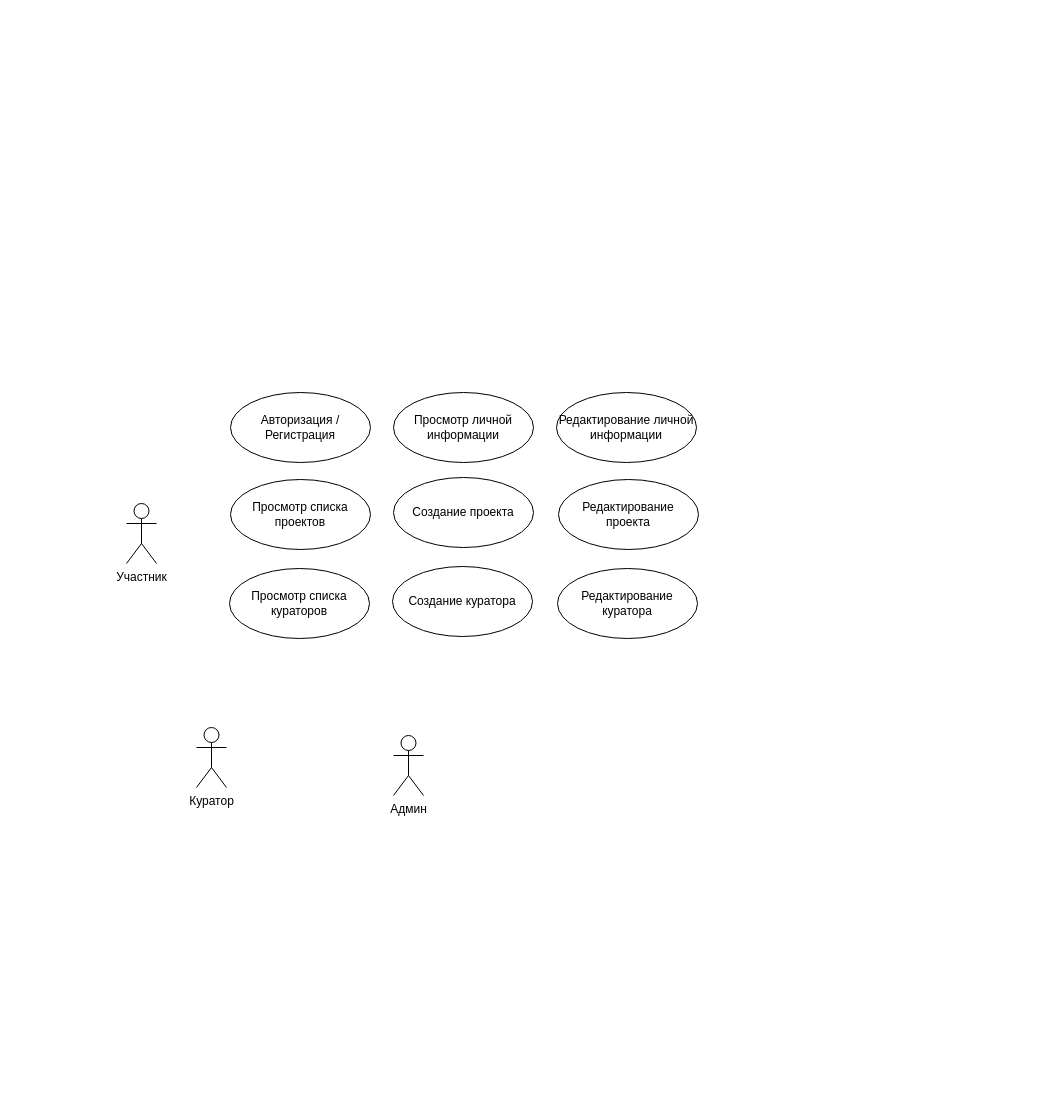
Earlier version of the draw.io diagram Диаграмма прецедентов.drawio (AvipoStar/EOIS-FRONT). Source tidied: cells renumbered, new cells numbered last; positions are measured from the earlier drawing's top-left corner, leaving out a move shared by most shapes. Both pictures are drawn from the tidied source at 100%, with x=0, y=0 at pixel (126, 392).
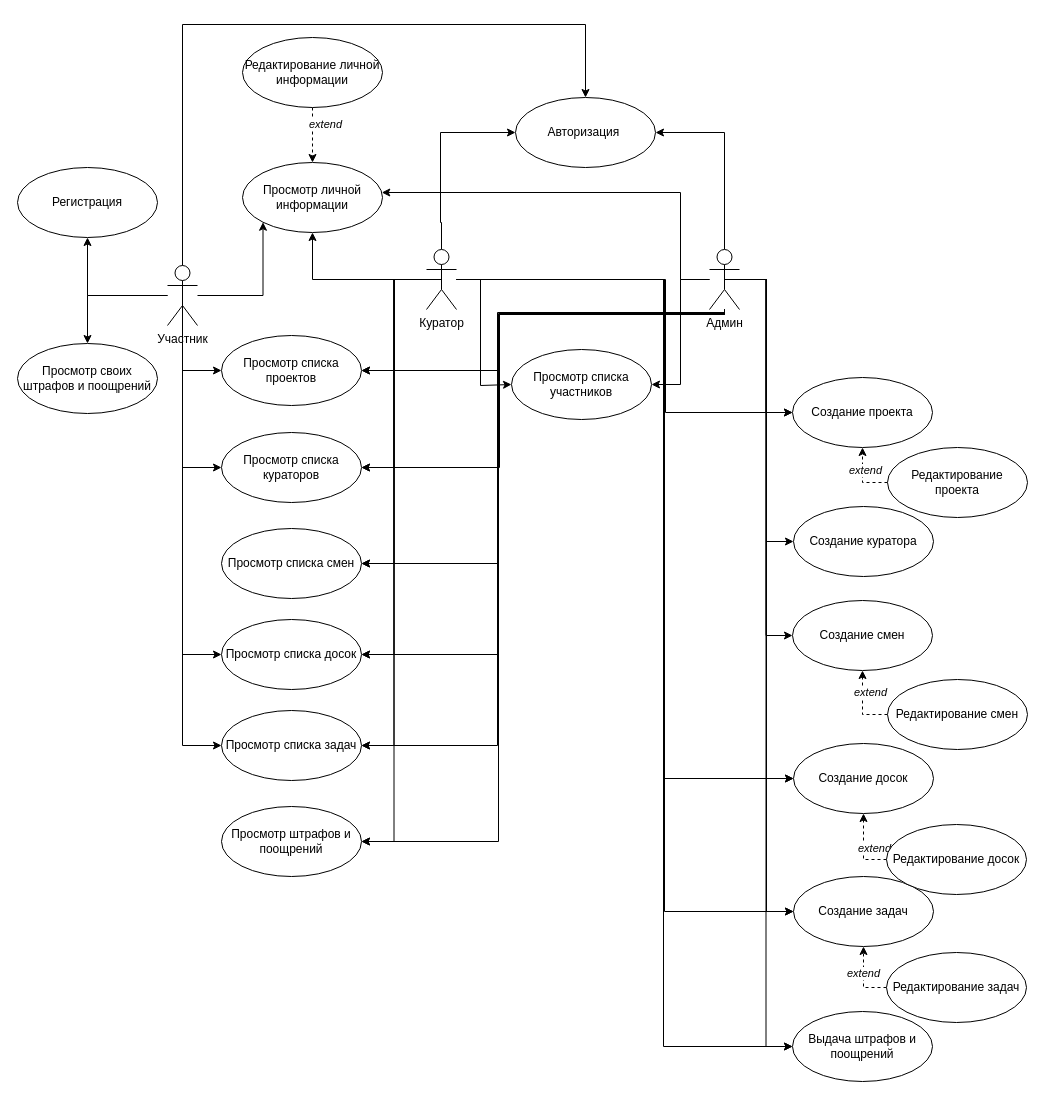
After the change.

Change to the diagram source:
```diff
@@
+    <mxCell id="14" style="rounded=0;jettySize=auto;html=1;edgeStyle=orthogonalEdgeStyle;" parent="1" edge="1" source="2" target="64">
+      <mxGeometry relative="1" as="geometry" />
+    </mxCell>
+    <mxCell id="15" style="rounded=0;jettySize=auto;html=1;entryX=0;entryY=1;entryDx=0;entryDy=0;edgeStyle=orthogonalEdgeStyle;" parent="1" edge="1" source="2" target="4">
+      <mxGeometry relative="1" as="geometry" />
+    </mxCell>
+    <mxCell id="16" style="edgeStyle=orthogonalEdgeStyle;rounded=0;jettySize=auto;html=1;exitX=0.5;exitY=0.5;exitDx=0;exitDy=0;exitPerimeter=0;entryX=0;entryY=0.5;entryDx=0;entryDy=0;" parent="1" edge="1" source="2" target="5">
+      <mxGeometry relative="1" as="geometry">
+        <Array as="points">
+          <mxPoint x="56" y="-22" />
+        </Array>
+      </mxGeometry>
+    </mxCell>
+    <mxCell id="17" style="edgeStyle=orthogonalEdgeStyle;rounded=0;jettySize=auto;html=1;entryX=0;entryY=0.5;entryDx=0;entryDy=0;" parent="1" edge="1" source="2" target="9">
+      <mxGeometry relative="1" as="geometry">
+        <Array as="points">
+          <mxPoint x="56" y="75" />
+        </Array>
+      </mxGeometry>
+    </mxCell>
+    <mxCell id="18" style="rounded=0;jettySize=auto;html=1;edgeStyle=orthogonalEdgeStyle;entryX=0;entryY=0.5;entryDx=0;entryDy=0;" parent="1" edge="1" source="2" target="65">
+      <mxGeometry relative="1" as="geometry">
+        <Array as="points">
+          <mxPoint x="56" y="262" />
+        </Array>
+      </mxGeometry>
+    </mxCell>
+    <mxCell id="19" style="rounded=0;jettySize=auto;html=1;edgeStyle=orthogonalEdgeStyle;entryX=0;entryY=0.5;entryDx=0;entryDy=0;" parent="1" edge="1" source="2" target="57">
+      <mxGeometry relative="1" as="geometry">
+        <Array as="points">
+          <mxPoint x="56" y="353" />
+        </Array>
+      </mxGeometry>
+    </mxCell>
     <mxCell id="2" value="Участник&lt;div&gt;&lt;br&gt;&lt;/div&gt;" style="shape=umlActor;verticalLabelPosition=bottom;verticalAlign=top;html=1;" parent="1" vertex="1">
-      <mxGeometry y="111" width="30" height="60" as="geometry" />
+      <mxGeometry x="41" y="-127" width="30" height="60" as="geometry" />
     </mxCell>
-    <mxCell id="3" value="Авторизация / Регистрация" style="ellipse;whiteSpace=wrap;html=1;" parent="1" vertex="1">
-      <mxGeometry x="104" width="140" height="70" as="geometry" />
+    <mxCell id="3" value="Авторизация&amp;nbsp;" style="ellipse;whiteSpace=wrap;html=1;" parent="1" vertex="1">
+      <mxGeometry x="389" y="-295" width="140" height="70" as="geometry" />
     </mxCell>
     <mxCell id="4" value="Просмотр личной информации" style="ellipse;whiteSpace=wrap;html=1;" parent="1" vertex="1">
-      <mxGeometry x="267" width="140" height="70" as="geometry" />
+      <mxGeometry x="116" y="-230" width="140" height="70" as="geometry" />
     </mxCell>
     <mxCell id="5" value="Просмотр списка проектов" style="ellipse;whiteSpace=wrap;html=1;" parent="1" vertex="1">
-      <mxGeometry x="104" y="87" width="140" height="70" as="geometry" />
+      <mxGeometry x="95" y="-57" width="140" height="70" as="geometry" />
     </mxCell>
     <mxCell id="6" value="Создание проекта" style="ellipse;whiteSpace=wrap;html=1;" parent="1" vertex="1">
-      <mxGeometry x="267" y="85" width="140" height="70" as="geometry" />
+      <mxGeometry x="666" y="-15" width="140" height="70" as="geometry" />
     </mxCell>
+    <mxCell id="20" style="edgeStyle=orthogonalEdgeStyle;rounded=0;jettySize=auto;html=1;dashed=1;exitX=0;exitY=0.5;exitDx=0;exitDy=0;" parent="1" edge="1" source="7" target="6">
+      <mxGeometry relative="1" as="geometry" />
+    </mxCell>
+    <mxCell id="21" value="extend" style="edgeLabel;html=1;align=center;verticalAlign=middle;fontStyle=2;" parent="20" vertex="1">
+      <mxGeometry x="-0.13" y="-1" relative="1" as="geometry">
+        <mxPoint x="1" y="-12" as="offset" />
+      </mxGeometry>
+    </mxCell>
     <mxCell id="7" value="Редактирование проекта" style="ellipse;whiteSpace=wrap;html=1;" parent="1" vertex="1">
-      <mxGeometry x="432" y="87" width="140" height="70" as="geometry" />
+      <mxGeometry x="761" y="55" width="140" height="70" as="geometry" />
     </mxCell>
+    <mxCell id="22" style="rounded=0;jettySize=auto;html=1;dashed=1;endArrow=classic;endFill=1;" parent="1" edge="1" source="8" target="4">
+      <mxGeometry relative="1" as="geometry" />
+    </mxCell>
+    <mxCell id="23" value="extend" style="edgeLabel;html=1;align=center;verticalAlign=middle;fontStyle=2;" parent="22" vertex="1">
+      <mxGeometry x="0.17" y="4" relative="1" as="geometry">
+        <mxPoint x="8" y="-16" as="offset" />
+      </mxGeometry>
+    </mxCell>
     <mxCell id="8" value="Редактирование личной информации" style="ellipse;whiteSpace=wrap;html=1;" parent="1" vertex="1">
-      <mxGeometry x="430" width="140" height="70" as="geometry" />
+      <mxGeometry x="116" y="-355" width="140" height="70" as="geometry" />
     </mxCell>
     <mxCell id="9" value="Просмотр списка кураторов" style="ellipse;whiteSpace=wrap;html=1;" parent="1" vertex="1">
-      <mxGeometry x="103" y="176" width="140" height="70" as="geometry" />
+      <mxGeometry x="95" y="40" width="140" height="70" as="geometry" />
     </mxCell>
     <mxCell id="10" value="Создание куратора" style="ellipse;whiteSpace=wrap;html=1;" parent="1" vertex="1">
-      <mxGeometry x="266" y="174" width="140" height="70" as="geometry" />
+      <mxGeometry x="667" y="114" width="140" height="70" as="geometry" />
     </mxCell>
-    <mxCell id="11" value="Редактирование куратора" style="ellipse;whiteSpace=wrap;html=1;" parent="1" vertex="1">
-      <mxGeometry x="431" y="176" width="140" height="70" as="geometry" />
-    </mxCell>
+    <mxCell id="24" style="rounded=0;jettySize=auto;html=1;edgeStyle=orthogonalEdgeStyle;exitX=0.5;exitY=0;exitDx=0;exitDy=0;exitPerimeter=0;entryX=0;entryY=0.5;entryDx=0;entryDy=0;" parent="1" edge="1" source="12" target="3">
+      <mxGeometry relative="1" as="geometry">
+        <Array as="points">
+          <mxPoint x="315" y="-170" />
+          <mxPoint x="314" y="-170" />
+          <mxPoint x="314" y="-260" />
+        </Array>
+      </mxGeometry>
+    </mxCell>
+    <mxCell id="25" style="rounded=0;jettySize=auto;html=1;edgeStyle=orthogonalEdgeStyle;" parent="1" edge="1" source="12" target="4">
+      <mxGeometry relative="1" as="geometry" />
+    </mxCell>
+    <mxCell id="26" style="edgeStyle=orthogonalEdgeStyle;rounded=0;jettySize=auto;html=1;entryX=1;entryY=0.5;entryDx=0;entryDy=0;exitX=0.5;exitY=0.5;exitDx=0;exitDy=0;exitPerimeter=0;" parent="1" edge="1" source="12" target="5">
+      <mxGeometry relative="1" as="geometry">
+        <Array as="points">
+          <mxPoint x="268" y="-113" />
+          <mxPoint x="268" y="-22" />
+        </Array>
+      </mxGeometry>
+    </mxCell>
+    <mxCell id="27" style="edgeStyle=orthogonalEdgeStyle;rounded=0;jettySize=auto;html=1;entryX=1;entryY=0.5;entryDx=0;entryDy=0;" parent="1" edge="1" source="12" target="9">
+      <mxGeometry relative="1" as="geometry" />
+    </mxCell>
+    <mxCell id="28" style="edgeStyle=orthogonalEdgeStyle;rounded=0;jettySize=auto;html=1;entryX=1;entryY=0.5;entryDx=0;entryDy=0;" parent="1" edge="1" source="12" target="52">
+      <mxGeometry relative="1" as="geometry" />
+    </mxCell>
+    <mxCell id="29" style="edgeStyle=orthogonalEdgeStyle;rounded=0;jettySize=auto;html=1;entryX=1;entryY=0.5;entryDx=0;entryDy=0;" parent="1" edge="1" source="12" target="65">
+      <mxGeometry relative="1" as="geometry" />
+    </mxCell>
+    <mxCell id="30" style="edgeStyle=orthogonalEdgeStyle;rounded=0;jettySize=auto;html=1;entryX=1;entryY=0.5;entryDx=0;entryDy=0;" parent="1" edge="1" source="12" target="57">
+      <mxGeometry relative="1" as="geometry" />
+    </mxCell>
+    <mxCell id="31" style="edgeStyle=orthogonalEdgeStyle;rounded=0;jettySize=auto;html=1;entryX=0;entryY=0.5;entryDx=0;entryDy=0;" parent="1" edge="1" source="12" target="6">
+      <mxGeometry relative="1" as="geometry">
+        <Array as="points">
+          <mxPoint x="539" y="-113" />
+          <mxPoint x="539" y="20" />
+        </Array>
+      </mxGeometry>
+    </mxCell>
+    <mxCell id="32" style="edgeStyle=orthogonalEdgeStyle;rounded=0;jettySize=auto;html=1;entryX=0;entryY=0.5;entryDx=0;entryDy=0;" parent="1" edge="1" source="12" target="66">
+      <mxGeometry relative="1" as="geometry">
+        <Array as="points">
+          <mxPoint x="538" y="-113" />
+          <mxPoint x="538" y="316" />
+          <mxPoint x="537" y="316" />
+          <mxPoint x="537" y="386" />
+        </Array>
+      </mxGeometry>
+    </mxCell>
+    <mxCell id="33" style="edgeStyle=orthogonalEdgeStyle;rounded=0;jettySize=auto;html=1;entryX=0;entryY=0.5;entryDx=0;entryDy=0;" parent="1" edge="1" source="12" target="58">
+      <mxGeometry relative="1" as="geometry">
+        <Array as="points">
+          <mxPoint x="538" y="-113" />
+          <mxPoint x="538" y="519" />
+        </Array>
+      </mxGeometry>
+    </mxCell>
+    <mxCell id="34" style="edgeStyle=orthogonalEdgeStyle;rounded=0;jettySize=auto;html=1;entryX=1;entryY=0.5;entryDx=0;entryDy=0;" parent="1" edge="1" source="12" target="71">
+      <mxGeometry relative="1" as="geometry" />
+    </mxCell>
+    <mxCell id="35" style="edgeStyle=orthogonalEdgeStyle;rounded=0;jettySize=auto;html=1;entryX=0;entryY=0.5;entryDx=0;entryDy=0;" parent="1" edge="1" source="12" target="72">
+      <mxGeometry relative="1" as="geometry">
+        <Array as="points">
+          <mxPoint x="537" y="-113" />
+          <mxPoint x="537" y="654" />
+        </Array>
+      </mxGeometry>
+    </mxCell>
+    <mxCell id="36" style="edgeStyle=orthogonalEdgeStyle;rounded=0;jettySize=auto;html=1;entryX=0;entryY=0.5;entryDx=0;entryDy=0;" parent="1" edge="1" source="12" target="62">
+      <mxGeometry relative="1" as="geometry">
+        <Array as="points">
+          <mxPoint x="354" y="-113" />
+          <mxPoint x="354" y="-7" />
+        </Array>
+      </mxGeometry>
+    </mxCell>
     <mxCell id="12" value="&lt;div&gt;Куратор&lt;/div&gt;" style="shape=umlActor;verticalLabelPosition=bottom;verticalAlign=top;html=1;" parent="1" vertex="1">
-      <mxGeometry x="70" y="335" width="30" height="60" as="geometry" />
+      <mxGeometry x="300" y="-143" width="30" height="60" as="geometry" />
     </mxCell>
+    <mxCell id="37" style="rounded=0;jettySize=auto;html=1;edgeStyle=orthogonalEdgeStyle;entryX=1;entryY=0.5;entryDx=0;entryDy=0;" parent="1" edge="1" source="13" target="3">
+      <mxGeometry relative="1" as="geometry">
+        <Array as="points">
+          <mxPoint x="598" y="-260" />
+        </Array>
+      </mxGeometry>
+    </mxCell>
+    <mxCell id="38" style="rounded=0;jettySize=auto;html=1;edgeStyle=orthogonalEdgeStyle;" parent="1" edge="1" source="13" target="4">
+      <mxGeometry relative="1" as="geometry">
+        <Array as="points">
+          <mxPoint x="554" y="-113" />
+          <mxPoint x="554" y="-200" />
+        </Array>
+      </mxGeometry>
+    </mxCell>
+    <mxCell id="39" style="rounded=0;jettySize=auto;html=1;edgeStyle=orthogonalEdgeStyle;entryX=1;entryY=0.5;entryDx=0;entryDy=0;" parent="1" edge="1" source="13" target="62">
+      <mxGeometry relative="1" as="geometry" />
+    </mxCell>
+    <mxCell id="40" style="edgeStyle=orthogonalEdgeStyle;rounded=0;jettySize=auto;html=1;entryX=0;entryY=0.5;entryDx=0;entryDy=0;" parent="1" edge="1" source="13" target="6">
+      <mxGeometry relative="1" as="geometry" />
+    </mxCell>
+    <mxCell id="41" style="edgeStyle=orthogonalEdgeStyle;rounded=0;jettySize=auto;html=1;entryX=0;entryY=0.5;entryDx=0;entryDy=0;" parent="1" edge="1" source="13" target="10">
+      <mxGeometry relative="1" as="geometry" />
+    </mxCell>
+    <mxCell id="42" style="edgeStyle=orthogonalEdgeStyle;rounded=0;jettySize=auto;html=1;entryX=0;entryY=0.5;entryDx=0;entryDy=0;" parent="1" edge="1" source="13" target="53">
+      <mxGeometry relative="1" as="geometry" />
+    </mxCell>
+    <mxCell id="43" style="edgeStyle=orthogonalEdgeStyle;rounded=0;jettySize=auto;html=1;entryX=0;entryY=0.5;entryDx=0;entryDy=0;" parent="1" edge="1" source="13" target="66">
+      <mxGeometry relative="1" as="geometry" />
+    </mxCell>
+    <mxCell id="44" style="edgeStyle=orthogonalEdgeStyle;rounded=0;jettySize=auto;html=1;exitX=0.5;exitY=0.5;exitDx=0;exitDy=0;exitPerimeter=0;entryX=0;entryY=0.5;entryDx=0;entryDy=0;" parent="1" edge="1" source="13" target="58">
+      <mxGeometry relative="1" as="geometry" />
+    </mxCell>
+    <mxCell id="45" style="edgeStyle=orthogonalEdgeStyle;rounded=0;jettySize=auto;html=1;entryX=1;entryY=0.5;entryDx=0;entryDy=0;" parent="1" edge="1" source="13" target="5">
+      <mxGeometry relative="1" as="geometry">
+        <Array as="points">
+          <mxPoint x="598" y="-79" />
+          <mxPoint x="373" y="-79" />
+          <mxPoint x="373" y="-22" />
+        </Array>
+      </mxGeometry>
+    </mxCell>
+    <mxCell id="46" style="edgeStyle=orthogonalEdgeStyle;rounded=0;jettySize=auto;html=1;entryX=1;entryY=0.5;entryDx=0;entryDy=0;" parent="1" edge="1" source="13" target="9">
+      <mxGeometry relative="1" as="geometry">
+        <Array as="points">
+          <mxPoint x="598" y="-78" />
+          <mxPoint x="373" y="-78" />
+          <mxPoint x="373" y="75" />
+        </Array>
+      </mxGeometry>
+    </mxCell>
+    <mxCell id="47" style="edgeStyle=orthogonalEdgeStyle;rounded=0;jettySize=auto;html=1;entryX=1;entryY=0.5;entryDx=0;entryDy=0;" parent="1" edge="1" source="13" target="52">
+      <mxGeometry relative="1" as="geometry">
+        <Array as="points">
+          <mxPoint x="598" y="-78" />
+          <mxPoint x="372" y="-78" />
+          <mxPoint x="372" y="171" />
+        </Array>
+      </mxGeometry>
+    </mxCell>
+    <mxCell id="48" style="edgeStyle=orthogonalEdgeStyle;rounded=0;jettySize=auto;html=1;entryX=1;entryY=0.5;entryDx=0;entryDy=0;" parent="1" edge="1" source="13" target="65">
+      <mxGeometry relative="1" as="geometry">
+        <Array as="points">
+          <mxPoint x="598" y="-80" />
+          <mxPoint x="371" y="-80" />
+          <mxPoint x="371" y="262" />
+        </Array>
+      </mxGeometry>
+    </mxCell>
+    <mxCell id="49" style="edgeStyle=orthogonalEdgeStyle;rounded=0;jettySize=auto;html=1;entryX=1;entryY=0.5;entryDx=0;entryDy=0;" parent="1" edge="1" source="13" target="57">
+      <mxGeometry relative="1" as="geometry">
+        <Array as="points">
+          <mxPoint x="598" y="-78" />
+          <mxPoint x="371" y="-78" />
+          <mxPoint x="371" y="353" />
+        </Array>
+      </mxGeometry>
+    </mxCell>
+    <mxCell id="50" style="edgeStyle=orthogonalEdgeStyle;rounded=0;jettySize=auto;html=1;entryX=1;entryY=0.5;entryDx=0;entryDy=0;" parent="1" edge="1" source="13" target="71">
+      <mxGeometry relative="1" as="geometry">
+        <Array as="points">
+          <mxPoint x="598" y="-79" />
+          <mxPoint x="372" y="-79" />
+          <mxPoint x="372" y="449" />
+        </Array>
+      </mxGeometry>
+    </mxCell>
+    <mxCell id="51" style="edgeStyle=orthogonalEdgeStyle;rounded=0;jettySize=auto;html=1;entryX=0;entryY=0.5;entryDx=0;entryDy=0;" parent="1" edge="1" source="13" target="72">
+      <mxGeometry relative="1" as="geometry" />
+    </mxCell>
     <mxCell id="13" value="&lt;div&gt;Админ&lt;/div&gt;" style="shape=umlActor;verticalLabelPosition=bottom;verticalAlign=top;html=1;" parent="1" vertex="1">
-      <mxGeometry x="267" y="343" width="30" height="60" as="geometry" />
+      <mxGeometry x="583" y="-143" width="30" height="60" as="geometry" />
     </mxCell>
+    <mxCell id="52" value="Просмотр списка смен" style="ellipse;whiteSpace=wrap;html=1;" parent="1" vertex="1">
+      <mxGeometry x="95" y="136" width="140" height="70" as="geometry" />
+    </mxCell>
+    <mxCell id="53" value="Создание смен" style="ellipse;whiteSpace=wrap;html=1;" parent="1" vertex="1">
+      <mxGeometry x="666" y="208" width="140" height="70" as="geometry" />
+    </mxCell>
+    <mxCell id="54" style="edgeStyle=orthogonalEdgeStyle;rounded=0;jettySize=auto;html=1;dashed=1;exitX=0;exitY=0.5;exitDx=0;exitDy=0;" parent="1" edge="1" source="56" target="53">
+      <mxGeometry relative="1" as="geometry" />
+    </mxCell>
+    <mxCell id="55" value="&lt;span style=&quot;font-style: italic;&quot;&gt;extend&lt;/span&gt;" style="edgeLabel;html=1;align=center;verticalAlign=middle;" parent="54" vertex="1">
+      <mxGeometry x="0.17" y="-1" relative="1" as="geometry">
+        <mxPoint x="6" y="-8" as="offset" />
+      </mxGeometry>
+    </mxCell>
+    <mxCell id="56" value="Редактирование смен" style="ellipse;whiteSpace=wrap;html=1;" parent="1" vertex="1">
+      <mxGeometry x="761" y="287" width="140" height="70" as="geometry" />
+    </mxCell>
+    <mxCell id="57" value="Просмотр списка задач" style="ellipse;whiteSpace=wrap;html=1;" parent="1" vertex="1">
+      <mxGeometry x="95" y="318" width="140" height="70" as="geometry" />
+    </mxCell>
+    <mxCell id="58" value="Создание задач" style="ellipse;whiteSpace=wrap;html=1;" parent="1" vertex="1">
+      <mxGeometry x="667" y="484" width="140" height="70" as="geometry" />
+    </mxCell>
+    <mxCell id="59" style="edgeStyle=orthogonalEdgeStyle;rounded=0;jettySize=auto;html=1;dashed=1;exitX=0;exitY=0.5;exitDx=0;exitDy=0;" parent="1" edge="1" source="61" target="58">
+      <mxGeometry relative="1" as="geometry" />
+    </mxCell>
+    <mxCell id="60" value="&lt;span style=&quot;font-style: italic;&quot;&gt;extend&lt;/span&gt;" style="edgeLabel;html=1;align=center;verticalAlign=middle;" parent="59" vertex="1">
+      <mxGeometry x="-0.09" y="-1" relative="1" as="geometry">
+        <mxPoint x="-2" y="-9" as="offset" />
+      </mxGeometry>
+    </mxCell>
+    <mxCell id="61" value="Редактирование задач" style="ellipse;whiteSpace=wrap;html=1;" parent="1" vertex="1">
+      <mxGeometry x="760" y="560" width="140" height="70" as="geometry" />
+    </mxCell>
+    <mxCell id="62" value="Просмотр списка участников" style="ellipse;whiteSpace=wrap;html=1;" parent="1" vertex="1">
+      <mxGeometry x="385" y="-43" width="140" height="70" as="geometry" />
+    </mxCell>
+    <mxCell id="63" style="rounded=0;jettySize=auto;html=1;edgeStyle=orthogonalEdgeStyle;exitX=0.5;exitY=0;exitDx=0;exitDy=0;exitPerimeter=0;entryX=0.5;entryY=0;entryDx=0;entryDy=0;" parent="1" edge="1" source="2" target="3">
+      <mxGeometry relative="1" as="geometry">
+        <Array as="points">
+          <mxPoint x="56" y="-368" />
+          <mxPoint x="459" y="-368" />
+        </Array>
+      </mxGeometry>
+    </mxCell>
+    <mxCell id="64" value="Регистрация" style="ellipse;whiteSpace=wrap;html=1;" parent="1" vertex="1">
+      <mxGeometry x="-109" y="-225" width="140" height="70" as="geometry" />
+    </mxCell>
+    <mxCell id="65" value="Просмотр списка досок" style="ellipse;whiteSpace=wrap;html=1;" parent="1" vertex="1">
+      <mxGeometry x="95" y="227" width="140" height="70" as="geometry" />
+    </mxCell>
+    <mxCell id="66" value="Создание досок" style="ellipse;whiteSpace=wrap;html=1;" parent="1" vertex="1">
+      <mxGeometry x="667" y="351" width="140" height="70" as="geometry" />
+    </mxCell>
+    <mxCell id="67" value="&lt;span style=&quot;color: rgb(0, 0, 0); font-family: Helvetica; font-size: 11px; font-style: italic; font-variant-ligatures: normal; font-variant-caps: normal; font-weight: 400; letter-spacing: normal; orphans: 2; text-align: center; text-indent: 0px; text-transform: none; widows: 2; word-spacing: 0px; -webkit-text-stroke-width: 0px; white-space: nowrap; background-color: rgb(255, 255, 255); text-decoration-thickness: initial; text-decoration-style: initial; text-decoration-color: initial; display: inline !important; float: none;&quot;&gt;extend&lt;/span&gt;" style="edgeStyle=orthogonalEdgeStyle;rounded=0;jettySize=auto;html=1;dashed=1;exitX=0;exitY=0.5;exitDx=0;exitDy=0;" parent="1" edge="1" source="68" target="66">
+      <mxGeometry x="-0.01" y="-11" relative="1" as="geometry" />
+    </mxCell>
+    <mxCell id="68" value="Редактирование досок" style="ellipse;whiteSpace=wrap;html=1;" parent="1" vertex="1">
+      <mxGeometry x="760" y="432" width="140" height="70" as="geometry" />
+    </mxCell>
+    <mxCell id="69" value="Просмотр своих штрафов и поощрений" style="ellipse;whiteSpace=wrap;html=1;" parent="1" vertex="1">
+      <mxGeometry x="-109" y="-49" width="140" height="70" as="geometry" />
+    </mxCell>
+    <mxCell id="70" style="rounded=0;jettySize=auto;html=1;entryX=0.5;entryY=0;entryDx=0;entryDy=0;edgeStyle=orthogonalEdgeStyle;" parent="1" edge="1" source="2" target="69">
+      <mxGeometry relative="1" as="geometry" />
+    </mxCell>
+    <mxCell id="71" value="Просмотр штрафов и поощрений" style="ellipse;whiteSpace=wrap;html=1;" parent="1" vertex="1">
+      <mxGeometry x="95" y="414" width="140" height="70" as="geometry" />
+    </mxCell>
+    <mxCell id="72" value="Выдача штрафов и поощрений" style="ellipse;whiteSpace=wrap;html=1;" parent="1" vertex="1">
+      <mxGeometry x="666" y="619" width="140" height="70" as="geometry" />
+    </mxCell>
```
